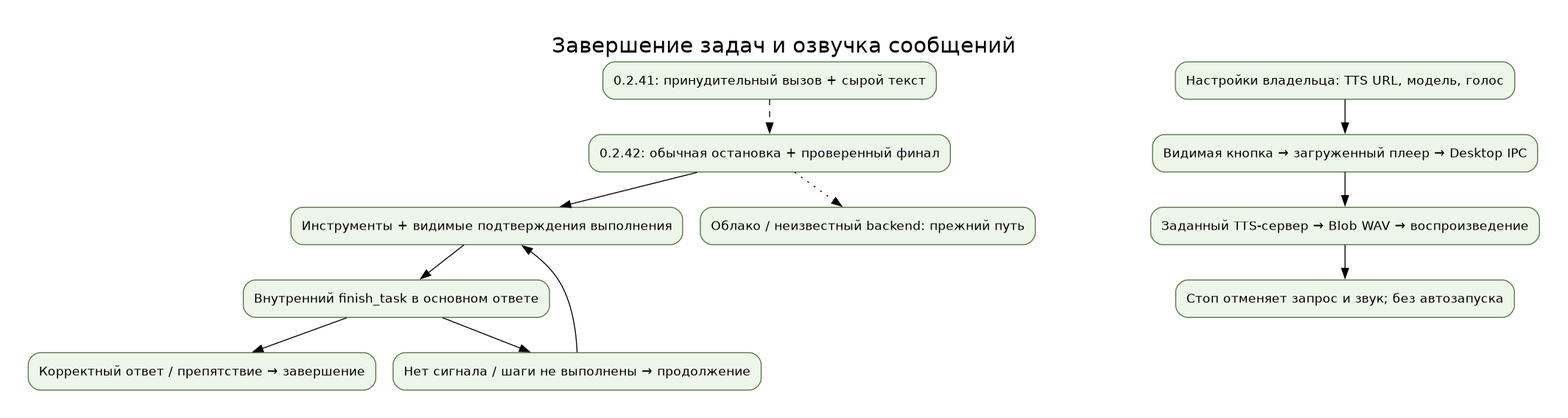
Earlier version of the Graphviz export docs/architecture/finish-tts-ru.png (Endorpheen/Igorek-Harness). Its source is kept beside it as docs/architecture/finish-tts-ru.dot.
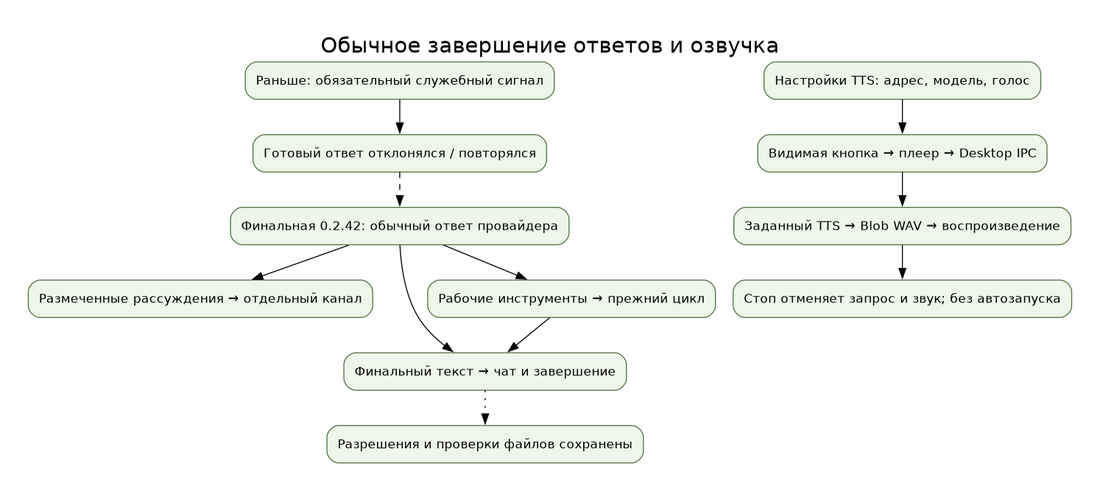
The same file after the commit.

What changed in the source:
```diff
@@ -1,16 +1,16 @@
 digraph release {
-graph [rankdir=TB,bgcolor="white",pad="0.4",fontname="DejaVu Sans",labelloc=t,fontsize=22,label="Завершение задач и озвучка сообщений"];
+graph [rankdir=TB,bgcolor="white",pad="0.4",fontname="DejaVu Sans",labelloc=t,fontsize=22,label="Обычное завершение ответов и озвучка"];
 node [shape=box,style="rounded,filled",fillcolor="#eef5e9",color="#527244",fontname="DejaVu Sans",fontsize=13,margin="0.15"];
-n0 [label="0.2.41: принудительный вызов + сырой текст"];
-n1 [label="0.2.42: обычная остановка + проверенный финал"];
-n2 [label="Инструменты + видимые подтверждения выполнения"];
-n3 [label="Внутренний finish_task в основном ответе"];
-n4 [label="Корректный ответ / препятствие → завершение"];
-n5 [label="Нет сигнала / шаги не выполнены → продолжение"];
-n6 [label="Облако / неизвестный backend: прежний путь"];
-n7 [label="Настройки владельца: TTS URL, модель, голос"];
-n8 [label="Видимая кнопка → загруженный плеер → Desktop IPC"];
-n9 [label="Заданный TTS-сервер → Blob WAV → воспроизведение"];
+n0 [label="Раньше: обязательный служебный сигнал"];
+n1 [label="Готовый ответ отклонялся / повторялся"];
+n2 [label="Финальная 0.2.42: обычный ответ провайдера"];
+n3 [label="Размеченные рассуждения → отдельный канал"];
+n4 [label="Финальный текст → чат и завершение"];
+n5 [label="Рабочие инструменты → прежний цикл"];
+n6 [label="Разрешения и проверки файлов сохранены"];
+n7 [label="Настройки TTS: адрес, модель, голос"];
+n8 [label="Видимая кнопка → плеер → Desktop IPC"];
+n9 [label="Заданный TTS → Blob WAV → воспроизведение"];
 n10 [label="Стоп отменяет запрос и звук; без автозапуска"];
-n0->n1 [style=dashed]; n1->n2; n2->n3; n3->n4; n3->n5; n5->n2; n1->n6 [style=dotted]; n7->n8; n8->n9; n9->n10;
+n0->n1; n1->n2 [style=dashed]; n2->n3; n2->n4; n2->n5; n5->n4; n4->n6 [style=dotted]; n7->n8; n8->n9; n9->n10;
 }
```
